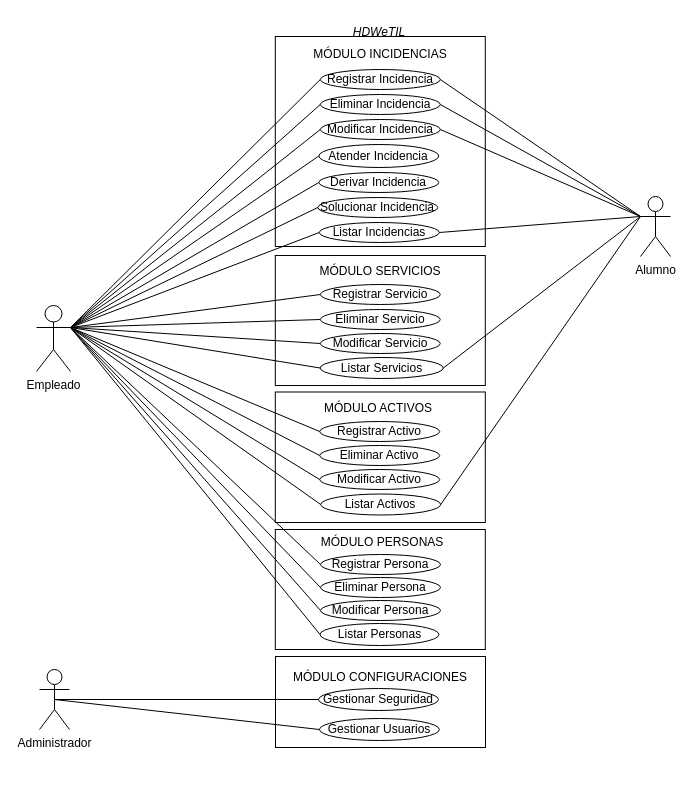
Above: page "CU-04" (1 of 4) of documentation/Modelo/Plan-Requisito/Casos_Uso/CasoUso.drawio in RodSebDaS/HDWeTIL (draw.io), before the change. Source tidied: cells renumbered, new cells numbered last; positions are measured from the earlier drawing's top-left corner, leaving out a move shared by most shapes. Both pictures are drawn from the tidied source at 100%, with x=0, y=0 at pixel (36, 17).
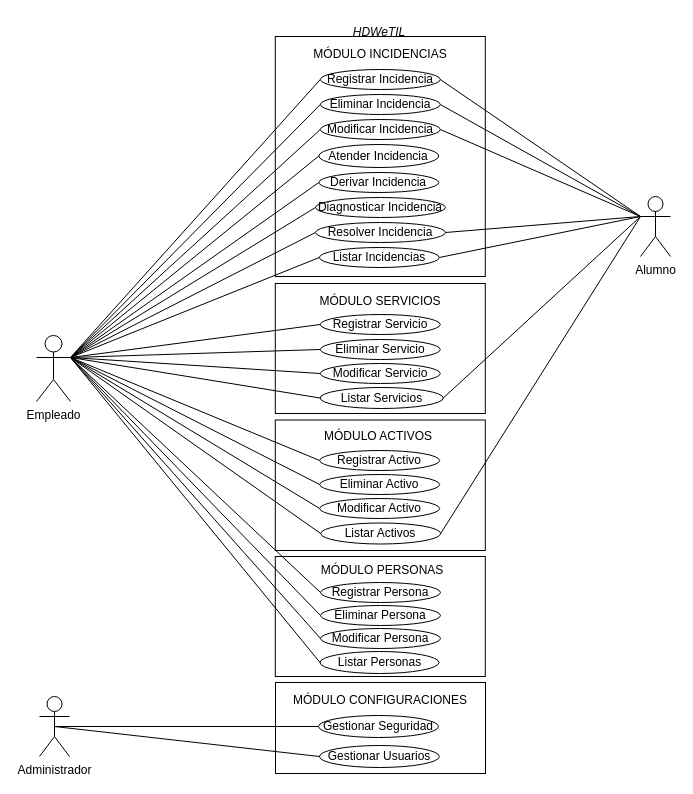
After the change.

The change refers to these unchanged cells:
```xml
<mxCell id="4" value="Alumno&lt;br&gt;" style="shape=umlActor;verticalLabelPosition=bottom;verticalAlign=top;html=1;outlineConnect=0;" parent="1" vertex="1">
  <mxGeometry x="604" y="179" width="30" height="60" as="geometry" />
</mxCell>
```

The edit, as a diff of the source:
```diff
@@
     <mxCell id="2" value="Empleado" style="shape=umlActor;verticalLabelPosition=bottom;verticalAlign=top;html=1;outlineConnect=0;" parent="1" vertex="1">
-      <mxGeometry y="288" width="34" height="66" as="geometry" />
+      <mxGeometry y="318" width="34" height="66" as="geometry" />
     </mxCell>
     <mxCell id="3" value="Administrador&lt;br&gt;" style="shape=umlActor;verticalLabelPosition=bottom;verticalAlign=top;html=1;outlineConnect=0;" parent="1" vertex="1">
-      <mxGeometry x="3" y="652" width="30" height="60" as="geometry" />
+      <mxGeometry x="3" y="679" width="30" height="60" as="geometry" />
     </mxCell>
@@
     <mxCell id="5" style="rounded=0;whiteSpace=wrap;html=1;" parent="1" vertex="1">
-      <mxGeometry x="238.8" y="19" width="210" height="210" as="geometry" />
+      <mxGeometry x="238.8" y="19" width="210" height="240" as="geometry" />
     </mxCell>
@@
     <mxCell id="10" value="Listar Incidencias" style="ellipse;whiteSpace=wrap;html=1;" parent="1" vertex="1">
-      <mxGeometry x="282.8" y="205" width="120" height="20" as="geometry" />
+      <mxGeometry x="282.8" y="230" width="120" height="20" as="geometry" />
     </mxCell>
     <mxCell id="11" style="rounded=0;whiteSpace=wrap;html=1;" parent="1" vertex="1">
-      <mxGeometry x="238.8" y="238" width="210" height="130" as="geometry" />
+      <mxGeometry x="238.8" y="266" width="210" height="130" as="geometry" />
     </mxCell>
@@
     <mxCell id="14" value="&lt;span&gt;M&lt;/span&gt;Ó&lt;span&gt;DULO SERVICIOS&lt;/span&gt;" style="text;html=1;strokeColor=none;fillColor=none;align=center;verticalAlign=middle;whiteSpace=wrap;rounded=0;" parent="1" vertex="1">
-      <mxGeometry x="273.8" y="239" width="140" height="30" as="geometry" />
+      <mxGeometry x="273.8" y="269" width="140" height="30" as="geometry" />
     </mxCell>
     <mxCell id="15" value="Listar Servicios" style="ellipse;whiteSpace=wrap;html=1;" parent="1" vertex="1">
-      <mxGeometry x="283.6" y="340" width="123.2" height="21" as="geometry" />
+      <mxGeometry x="283.6" y="370" width="123.2" height="21" as="geometry" />
     </mxCell>
     <mxCell id="16" value="Registrar Servicio" style="ellipse;whiteSpace=wrap;html=1;" parent="1" vertex="1">
-      <mxGeometry x="283.8" y="267" width="120" height="20" as="geometry" />
+      <mxGeometry x="283.8" y="297" width="120" height="20" as="geometry" />
     </mxCell>
     <mxCell id="17" value="Eliminar Servicio" style="ellipse;whiteSpace=wrap;html=1;" parent="1" vertex="1">
-      <mxGeometry x="283.8" y="292" width="120" height="20" as="geometry" />
+      <mxGeometry x="283.8" y="322" width="120" height="20" as="geometry" />
     </mxCell>
     <mxCell id="18" value="Modificar Servicio" style="ellipse;whiteSpace=wrap;html=1;" parent="1" vertex="1">
-      <mxGeometry x="283.8" y="316" width="120" height="20" as="geometry" />
+      <mxGeometry x="283.8" y="346" width="120" height="20" as="geometry" />
     </mxCell>
     <mxCell id="19" style="rounded=0;whiteSpace=wrap;html=1;" parent="1" vertex="1">
-      <mxGeometry x="238.8" y="374.5" width="210" height="130.5" as="geometry" />
+      <mxGeometry x="238.8" y="402.5" width="210" height="130.5" as="geometry" />
     </mxCell>
     <mxCell id="20" value="&lt;span&gt;M&lt;/span&gt;Ó&lt;span&gt;DULO ACTIVOS&lt;/span&gt;" style="text;html=1;strokeColor=none;fillColor=none;align=center;verticalAlign=middle;whiteSpace=wrap;rounded=0;" parent="1" vertex="1">
-      <mxGeometry x="271.8" y="376" width="140" height="30" as="geometry" />
+      <mxGeometry x="271.8" y="404" width="140" height="30" as="geometry" />
     </mxCell>
     <mxCell id="21" value="Listar Activos" style="ellipse;whiteSpace=wrap;html=1;" parent="1" vertex="1">
-      <mxGeometry x="284.2" y="476.5" width="120" height="21" as="geometry" />
+      <mxGeometry x="284.2" y="505.5" width="120" height="21" as="geometry" />
     </mxCell>
     <mxCell id="22" value="Registrar Activo" style="ellipse;whiteSpace=wrap;html=1;" parent="1" vertex="1">
-      <mxGeometry x="283.2" y="404" width="120" height="20" as="geometry" />
+      <mxGeometry x="283.2" y="433" width="120" height="20" as="geometry" />
     </mxCell>
     <mxCell id="23" value="Eliminar Activo" style="ellipse;whiteSpace=wrap;html=1;" parent="1" vertex="1">
-      <mxGeometry x="283.2" y="428" width="120" height="20" as="geometry" />
+      <mxGeometry x="283.2" y="457" width="120" height="20" as="geometry" />
     </mxCell>
     <mxCell id="24" value="Modificar Activo" style="ellipse;whiteSpace=wrap;html=1;" parent="1" vertex="1">
-      <mxGeometry x="283.2" y="452" width="120" height="20" as="geometry" />
+      <mxGeometry x="283.2" y="481" width="120" height="20" as="geometry" />
     </mxCell>
     <mxCell id="25" style="rounded=0;whiteSpace=wrap;html=1;" parent="1" vertex="1">
-      <mxGeometry x="238.8" y="512" width="210" height="120" as="geometry" />
+      <mxGeometry x="238.8" y="539" width="210" height="120" as="geometry" />
     </mxCell>
     <mxCell id="26" value="&lt;span&gt;M&lt;/span&gt;Ó&lt;span&gt;DULO PERSONAS&lt;/span&gt;" style="text;html=1;strokeColor=none;fillColor=none;align=center;verticalAlign=middle;whiteSpace=wrap;rounded=0;" parent="1" vertex="1">
-      <mxGeometry x="276.2" y="510" width="140" height="30" as="geometry" />
+      <mxGeometry x="276.2" y="538" width="140" height="30" as="geometry" />
     </mxCell>
     <mxCell id="27" value="Listar Personas" style="ellipse;whiteSpace=wrap;html=1;" parent="1" vertex="1">
-      <mxGeometry x="283.5" y="606" width="119" height="22" as="geometry" />
+      <mxGeometry x="283.5" y="634" width="119" height="22" as="geometry" />
     </mxCell>
     <mxCell id="28" value="Registrar Persona" style="ellipse;whiteSpace=wrap;html=1;" parent="1" vertex="1">
-      <mxGeometry x="284" y="537" width="120" height="20" as="geometry" />
+      <mxGeometry x="284" y="565" width="120" height="20" as="geometry" />
     </mxCell>
     <mxCell id="29" value="Eliminar Persona" style="ellipse;whiteSpace=wrap;html=1;" parent="1" vertex="1">
-      <mxGeometry x="284" y="560" width="120" height="20" as="geometry" />
+      <mxGeometry x="284" y="588" width="120" height="20" as="geometry" />
     </mxCell>
     <mxCell id="30" value="Modificar Persona" style="ellipse;whiteSpace=wrap;html=1;" parent="1" vertex="1">
-      <mxGeometry x="284" y="583" width="120" height="20" as="geometry" />
+      <mxGeometry x="284" y="611" width="120" height="20" as="geometry" />
     </mxCell>
     <mxCell id="31" style="rounded=0;whiteSpace=wrap;html=1;" parent="1" vertex="1">
-      <mxGeometry x="239" y="639" width="210" height="91" as="geometry" />
+      <mxGeometry x="239" y="665" width="210" height="91" as="geometry" />
     </mxCell>
     <mxCell id="32" value="&lt;span&gt;M&lt;/span&gt;ÓD&lt;span&gt;ULO CONFIGURACIONES&lt;/span&gt;" style="text;html=1;strokeColor=none;fillColor=none;align=center;verticalAlign=middle;whiteSpace=wrap;rounded=0;" parent="1" vertex="1">
-      <mxGeometry x="254.2" y="645" width="180" height="30" as="geometry" />
+      <mxGeometry x="254.2" y="668" width="180" height="30" as="geometry" />
     </mxCell>
     <mxCell id="33" value="Gestionar Seguridad" style="ellipse;whiteSpace=wrap;html=1;fontFamily=Helvetica;" parent="1" vertex="1">
-      <mxGeometry x="282" y="671" width="120" height="22" as="geometry" />
+      <mxGeometry x="282" y="698" width="120" height="22" as="geometry" />
     </mxCell>
@@
-    <mxCell id="43" style="edgeStyle=none;html=1;exitX=0;exitY=0.3333333333333333;exitDx=0;exitDy=0;exitPerimeter=0;entryX=1;entryY=0.5;entryDx=0;entryDy=0;endArrow=none;endFill=0;" parent="1" edge="1" source="4" target="15">
-      <mxGeometry relative="1" as="geometry" />
+    <mxCell id="43" style="edgeStyle=none;html=1;entryX=1;entryY=0.5;entryDx=0;entryDy=0;endArrow=none;endFill=0;" parent="1" edge="1" target="15">
+      <mxGeometry relative="1" as="geometry">
+        <mxPoint x="604" y="199" as="sourcePoint" />
+      </mxGeometry>
     </mxCell>
@@
     <mxCell id="57" value="Gestionar Usuarios" style="ellipse;whiteSpace=wrap;html=1;fontFamily=Helvetica;" parent="1" vertex="1">
-      <mxGeometry x="282.9" y="701" width="120" height="22" as="geometry" />
+      <mxGeometry x="282.9" y="728" width="120" height="22" as="geometry" />
     </mxCell>
@@
-    <mxCell id="62" value="Solucionar Incidencia" style="ellipse;whiteSpace=wrap;html=1;" parent="1" vertex="1">
-      <mxGeometry x="281.3" y="180" width="120" height="20" as="geometry" />
+    <mxCell id="62" value="Diagnosticar Incidencia" style="ellipse;whiteSpace=wrap;html=1;" parent="1" vertex="1">
+      <mxGeometry x="279" y="180" width="130" height="20" as="geometry" />
     </mxCell>
@@
+    <mxCell id="64" value="Resolver Incidencia" style="ellipse;whiteSpace=wrap;html=1;" parent="1" vertex="1">
+      <mxGeometry x="279" y="205" width="130" height="20" as="geometry" />
+    </mxCell>
+    <mxCell id="65" style="edgeStyle=none;html=1;exitX=1;exitY=0.3333333333333333;exitDx=0;exitDy=0;exitPerimeter=0;entryX=0;entryY=0.5;entryDx=0;entryDy=0;endArrow=none;endFill=0;" parent="1" edge="1" source="2" target="64">
+      <mxGeometry relative="1" as="geometry" />
+    </mxCell>
+    <mxCell id="66" style="edgeStyle=none;html=1;exitX=0;exitY=0.3333333333333333;exitDx=0;exitDy=0;exitPerimeter=0;entryX=1;entryY=0.5;entryDx=0;entryDy=0;endArrow=none;endFill=0;" parent="1" edge="1" source="4" target="64">
+      <mxGeometry relative="1" as="geometry" />
+    </mxCell>
```
